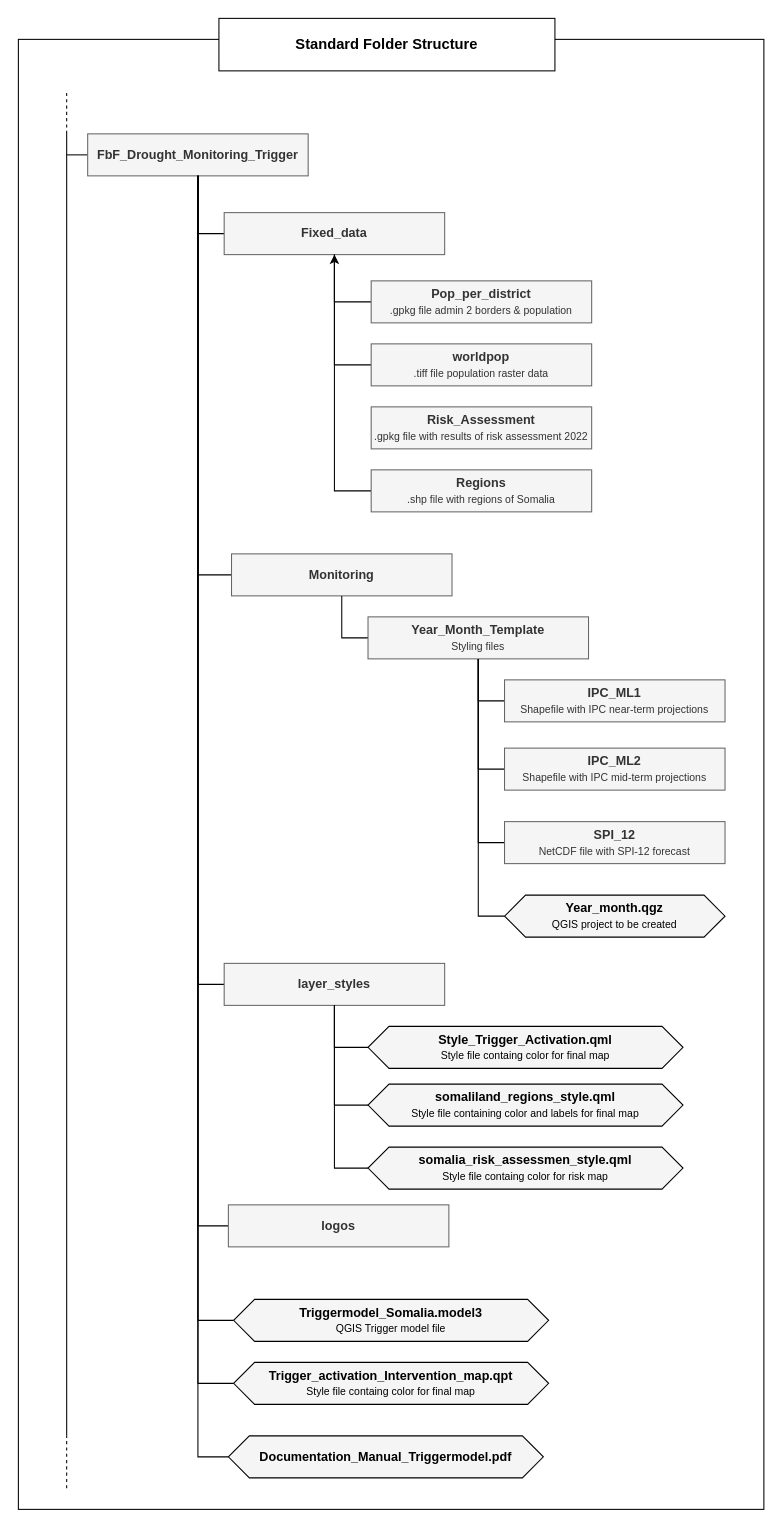
Before: fig/Folder_structure_FbF_Drought_Monitoring_Trigger.drawio in GIScience/gis-training-resource-center, a draw.io diagram. Source tidied: cells renumbered, new cells numbered last; positions are measured from the earlier drawing's top-left corner, leaving out a move shared by most shapes. Both pictures are drawn from the tidied source at 105%, with x=0, y=0 at pixel (18, 18).
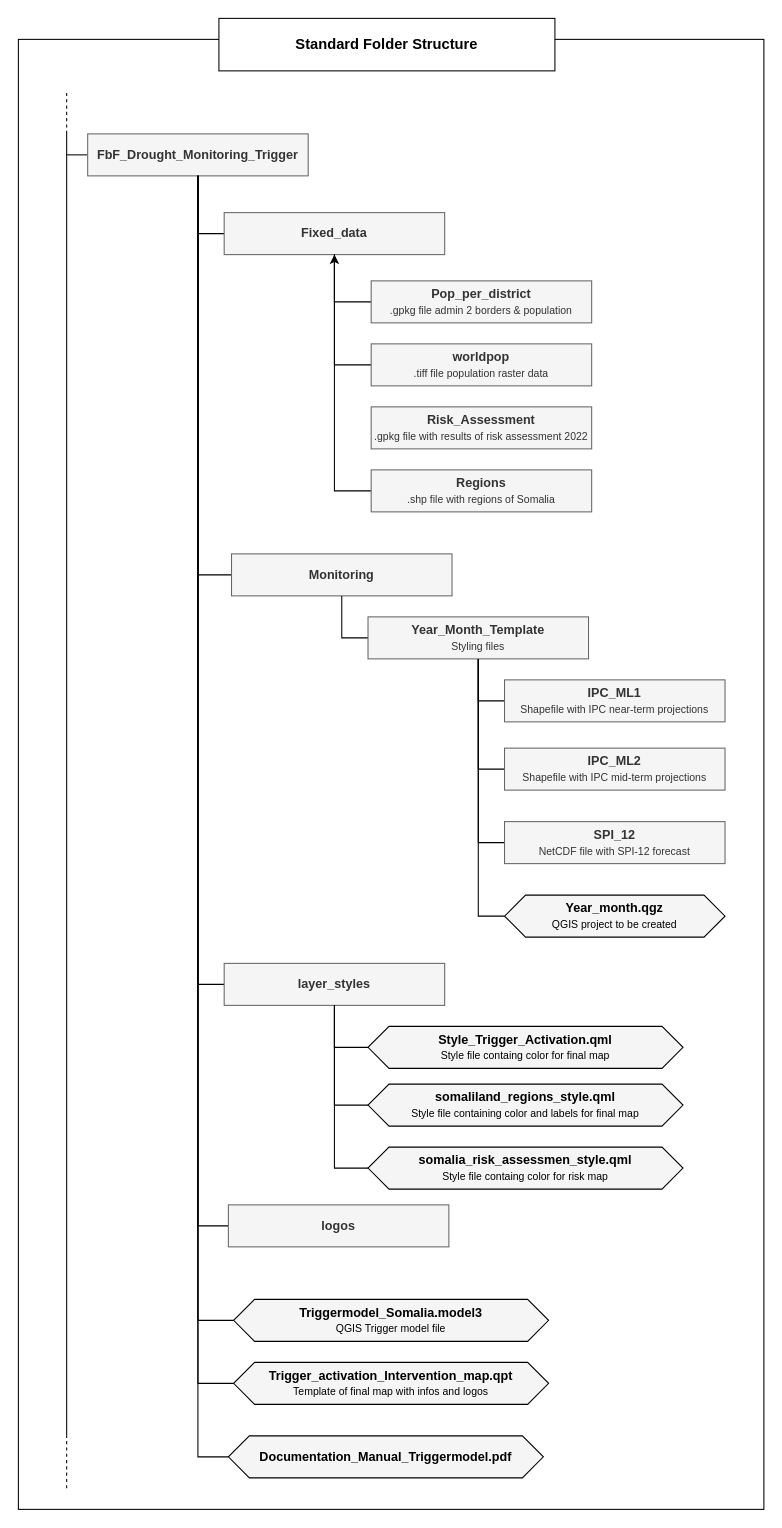
The same diagram, later.

Diff of the diagram source:
```diff
@@
-    <mxCell id="18" value="Trigger_activation_Intervention_map.qpt&lt;br style=&quot;font-size: 11px;&quot;&gt;&lt;font size=&quot;1&quot;&gt;&lt;span style=&quot;font-weight: normal;&quot;&gt;Style file containg color for final map&lt;/span&gt;&lt;/font&gt;" style="shape=hexagon;perimeter=hexagonPerimeter2;whiteSpace=wrap;html=1;fixedSize=1;fillColor=#F5F5F5;fontStyle=1;" parent="1" vertex="1">
+    <mxCell id="18" value="Trigger_activation_Intervention_map.qpt&lt;br style=&quot;font-size: 11px;&quot;&gt;&lt;font size=&quot;1&quot;&gt;&lt;span style=&quot;font-weight: normal;&quot;&gt;Template of final map with infos and logos&lt;/span&gt;&lt;/font&gt;" style="shape=hexagon;perimeter=hexagonPerimeter2;whiteSpace=wrap;html=1;fixedSize=1;fillColor=#F5F5F5;fontStyle=1;" parent="1" vertex="1">
       <mxGeometry x="205" y="1280" width="300" height="40" as="geometry" />
     </mxCell>
```
